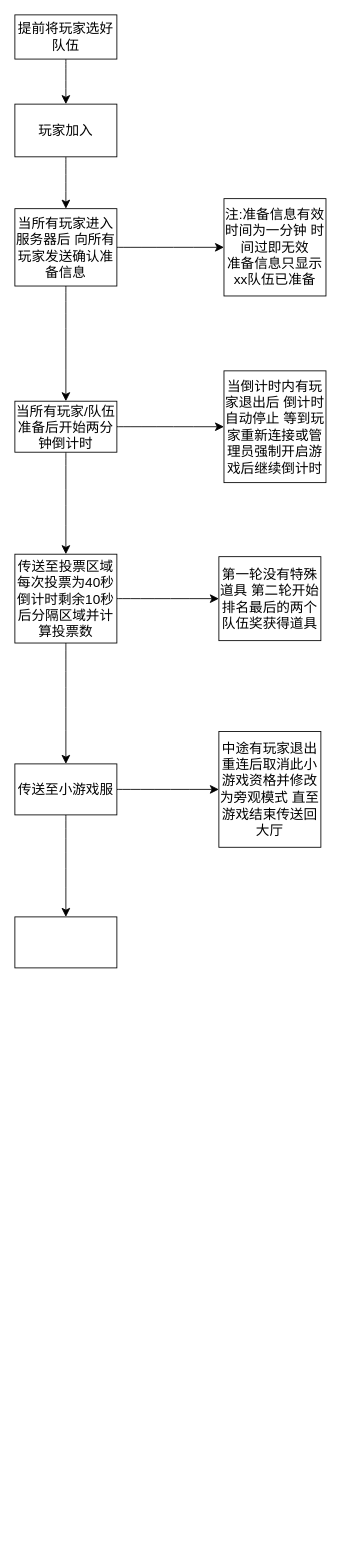
The draw.io diagram 未命名绘图.drawio in nothing-championship/what-it-this, before the edit. Source tidied: cells renumbered, new cells numbered last; positions are measured from the earlier drawing's top-left corner, leaving out a move shared by most shapes. Both pictures are drawn from the tidied source at 85%, with x=0, y=0 at pixel (14, 14).
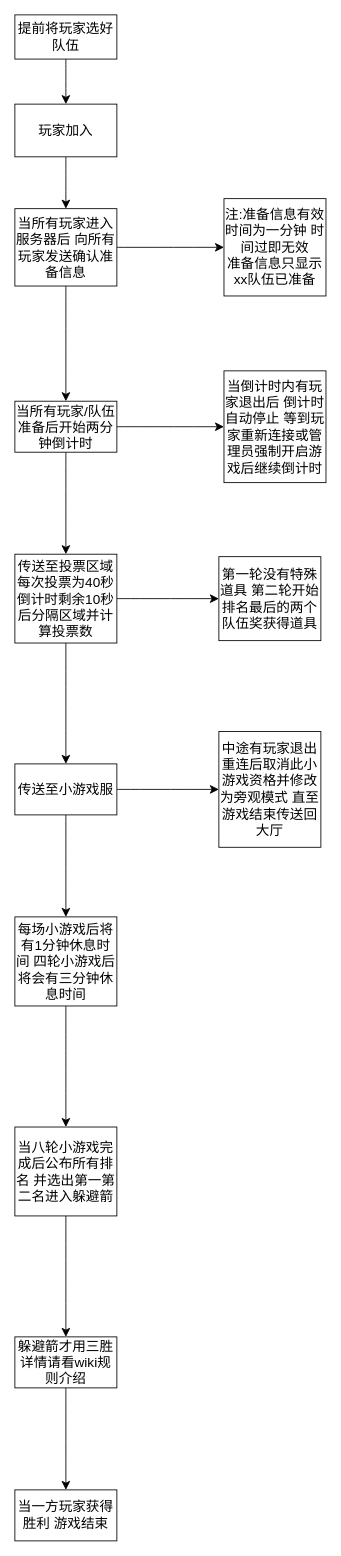
The same diagram, later.

Diff of the diagram source:
```diff
@@
+    <mxCell id="23" style="edgeStyle=none;curved=1;rounded=0;jettySize=auto;html=1;fontSize=12;startSize=8;endSize=8;" parent="1" edge="1" source="22" target="25">
+      <mxGeometry relative="1" as="geometry" />
+    </mxCell>
-    <mxCell id="22" style="whiteSpace=wrap;html=1;fontSize=16;" parent="1" vertex="1">
-      <mxGeometry y="1061.2" width="120" height="60" as="geometry" />
+    <mxCell id="22" value="每场小游戏后将有1分钟休息时间 四轮小游戏后将会有三分钟休息时间" style="whiteSpace=wrap;html=1;fontSize=16;" parent="1" vertex="1">
+      <mxGeometry y="1061.2" width="120" height="104.8" as="geometry" />
     </mxCell>
+    <mxCell id="24" style="edgeStyle=none;curved=1;rounded=0;jettySize=auto;html=1;fontSize=12;startSize=8;endSize=8;" parent="1" edge="1" source="25" target="27">
+      <mxGeometry relative="1" as="geometry" />
+    </mxCell>
+    <mxCell id="25" value="当八轮小游戏完成后公布所有排名 并选出第一第二名进入躲避箭" style="whiteSpace=wrap;html=1;fontSize=16;" parent="1" vertex="1">
+      <mxGeometry y="1308.4" width="120" height="104.6" as="geometry" />
+    </mxCell>
+    <mxCell id="26" style="edgeStyle=none;curved=1;rounded=0;jettySize=auto;html=1;fontSize=12;startSize=8;endSize=8;" parent="1" edge="1" source="27" target="28">
+      <mxGeometry relative="1" as="geometry" />
+    </mxCell>
+    <mxCell id="27" value="躲避箭才用三胜&lt;br&gt;详情请看wiki规则介绍&lt;br&gt;" style="whiteSpace=wrap;html=1;fontSize=16;" parent="1" vertex="1">
+      <mxGeometry y="1555.3" width="120" height="60" as="geometry" />
+    </mxCell>
+    <mxCell id="28" value="当一方玩家获得胜利 游戏结束" style="whiteSpace=wrap;html=1;fontSize=16;" parent="1" vertex="1">
+      <mxGeometry y="1735.3" width="120" height="60" as="geometry" />
+    </mxCell>
```
